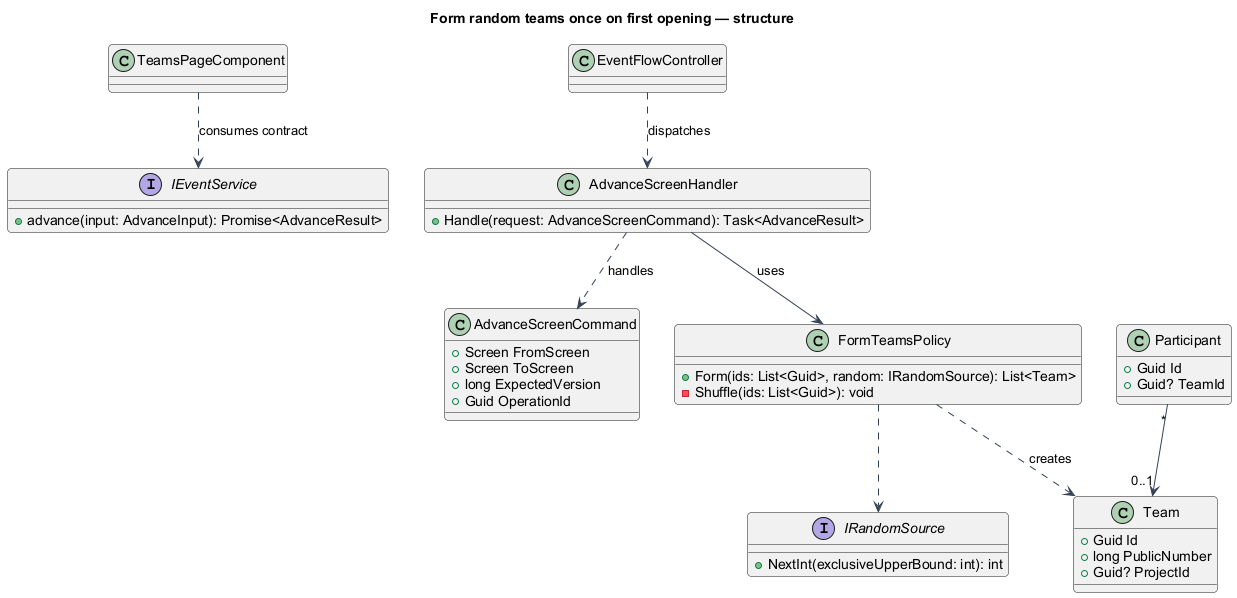
This is docs/detailed-designs/projects-teams/form-teams-once/diagrams/classes.png from QuinntyneBrown/faithtech-toronto-ai-build-event, a PlantUML export, as it was before one commit. The source it was exported from:
```plantuml
@startuml
skinparam backgroundColor #FFFFFF
skinparam shadowing false
skinparam defaultFontName Arial
skinparam ArrowColor #344054
skinparam roundcorner 8
title Form random teams once on first opening — structure
interface IEventService {
+advance(input: AdvanceInput): Promise<AdvanceResult>
}
class TeamsPageComponent
TeamsPageComponent ..> IEventService : consumes contract
class EventFlowController
class AdvanceScreenHandler {
  +Handle(request: AdvanceScreenCommand): Task<AdvanceResult>
}
class AdvanceScreenCommand {
+Screen FromScreen
+Screen ToScreen
+long ExpectedVersion
+Guid OperationId
}
class FormTeamsPolicy {
+Form(ids: List<Guid>, random: IRandomSource): List<Team>
-Shuffle(ids: List<Guid>): void
}
EventFlowController ..> AdvanceScreenHandler : dispatches
AdvanceScreenHandler ..> AdvanceScreenCommand : handles
AdvanceScreenHandler --> FormTeamsPolicy : uses
interface IRandomSource {
 +NextInt(exclusiveUpperBound: int): int
}
class Team {
 +Guid Id
 +long PublicNumber
 +Guid? ProjectId
}
class Participant {
 +Guid Id
 +Guid? TeamId
}
FormTeamsPolicy ..> IRandomSource
FormTeamsPolicy ..> Team : creates
Participant "*" --> "0..1" Team
@enduml
```
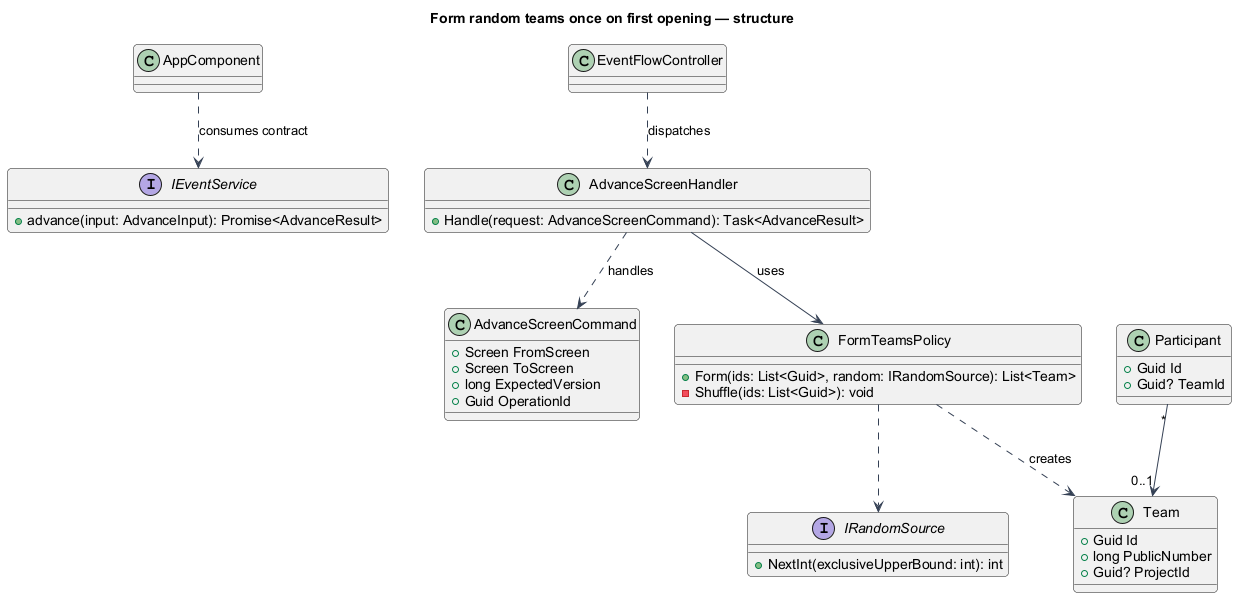
Above is the later version.

The edit, as a diff of the source:
```diff
@@ -8,8 +8,8 @@
 interface IEventService {
 +advance(input: AdvanceInput): Promise<AdvanceResult>
 }
-class TeamsPageComponent
-TeamsPageComponent ..> IEventService : consumes contract
+class AppComponent
+AppComponent ..> IEventService : consumes contract
 class EventFlowController
 class AdvanceScreenHandler {
   +Handle(request: AdvanceScreenCommand): Task<AdvanceResult>
```
